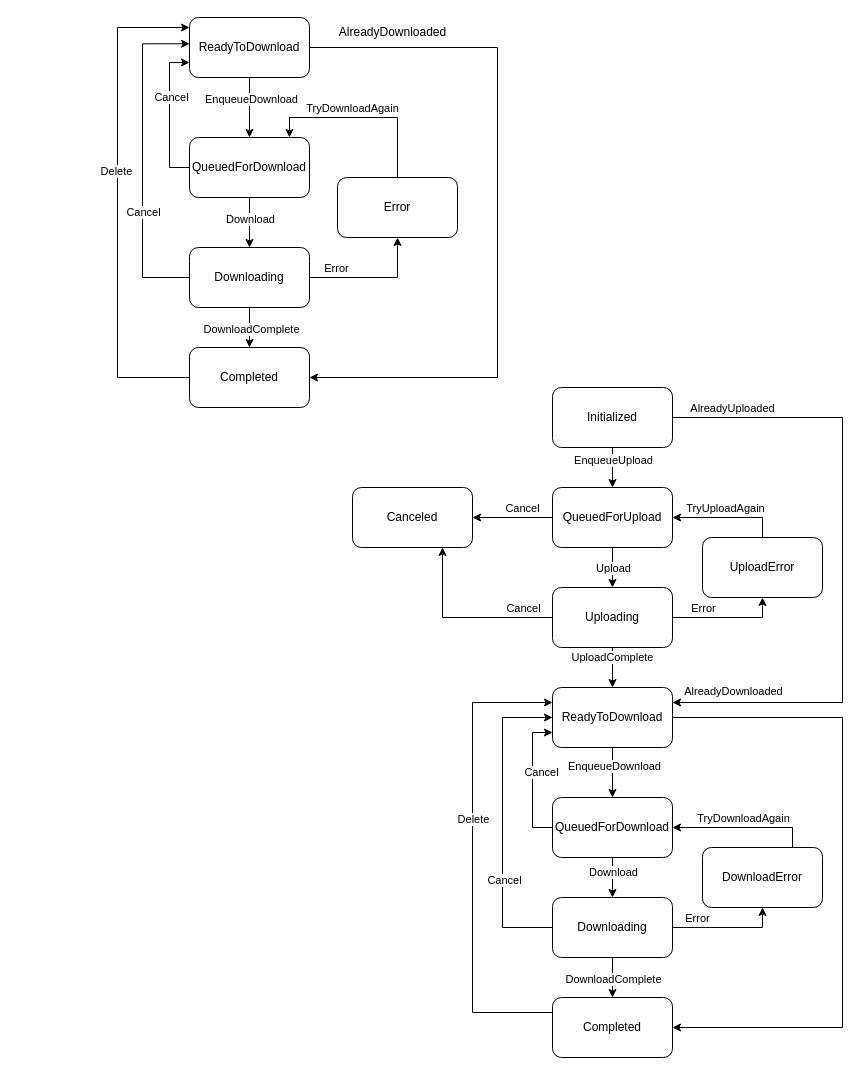
Earlier version of the draw.io diagram FileTransferStates.drawio (loginovao/Diagrams). Source tidied: cells renumbered, new cells numbered last; positions are measured from the earlier drawing's top-left corner, leaving out a move shared by most shapes. Both pictures are drawn from the tidied source at 100%, with x=0, y=0 at pixel (117, 17).
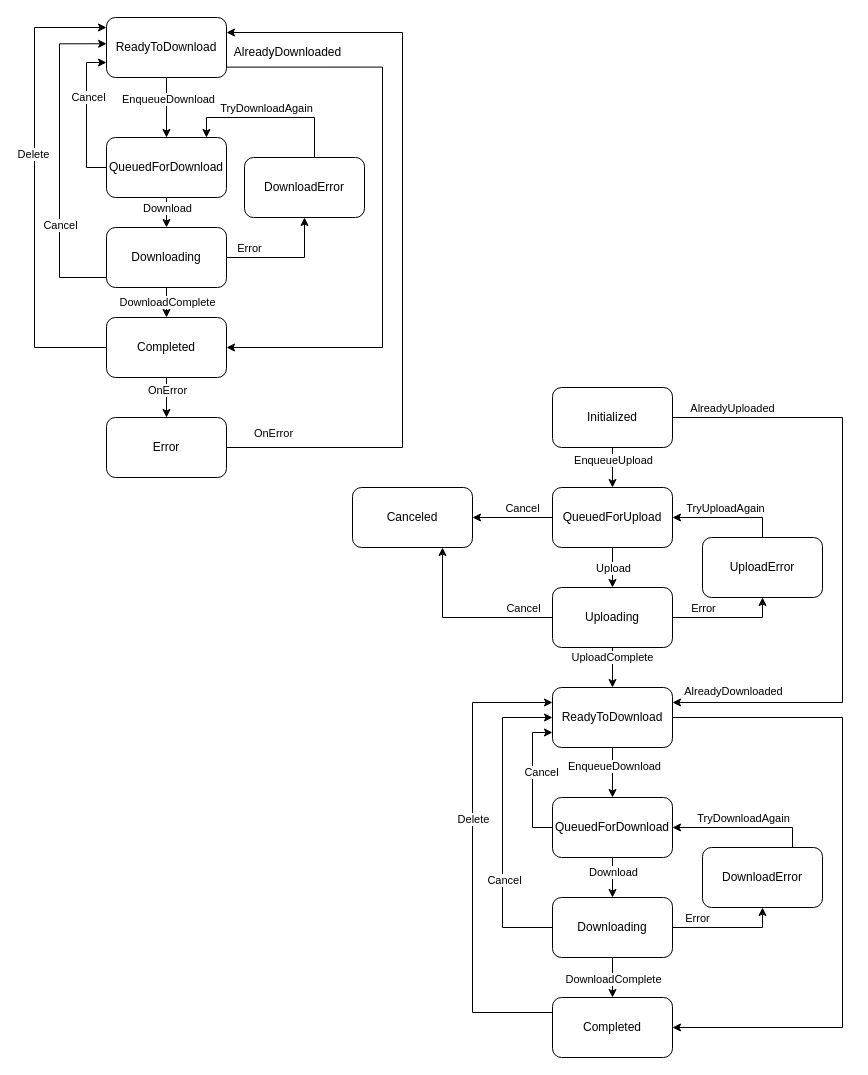
The same page after the edit.

The change refers to these unchanged cells:
```xml
<mxCell id="7" style="edgeStyle=orthogonalEdgeStyle;rounded=0;jettySize=auto;html=1;" parent="2" edge="1" source="11" target="18">
  <mxGeometry relative="1" as="geometry" />
</mxCell>
<mxCell id="12" style="edgeStyle=orthogonalEdgeStyle;rounded=0;jettySize=auto;html=1;" parent="2" edge="1" source="18" target="21">
  <mxGeometry relative="1" as="geometry" />
</mxCell>
<mxCell id="35" value="QueuedForUpload" style="rounded=1;whiteSpace=wrap;html=1;" parent="30" vertex="1">
  <mxGeometry x="435" y="470" width="120" height="60" as="geometry" />
</mxCell>
<mxCell id="41" value="Uploading" style="rounded=1;whiteSpace=wrap;html=1;" parent="30" vertex="1">
  <mxGeometry x="435" y="570" width="120" height="60" as="geometry" />
</mxCell>
<mxCell id="44" value="ReadyToDownload" style="rounded=1;whiteSpace=wrap;html=1;" parent="30" vertex="1">
  <mxGeometry x="435" y="670" width="120" height="60" as="geometry" />
</mxCell>
<mxCell id="56" value="Completed" style="rounded=1;whiteSpace=wrap;html=1;" parent="30" vertex="1">
  <mxGeometry x="435" y="980" width="120" height="60" as="geometry" />
</mxCell>
```

The edit, as a diff of the source:
```diff
@@
-    <mxCell id="5" style="edgeStyle=orthogonalEdgeStyle;rounded=0;jettySize=auto;html=1;exitX=1;exitY=0.5;exitDx=0;exitDy=0;entryX=1;entryY=0.5;entryDx=0;entryDy=0;" parent="2" edge="1" source="6" target="21">
+    <mxCell id="5" style="edgeStyle=orthogonalEdgeStyle;rounded=0;jettySize=auto;html=1;exitX=1.001;exitY=0.827;exitDx=0;exitDy=0;entryX=1;entryY=0.5;entryDx=0;entryDy=0;exitPerimeter=0;" parent="2" edge="1" source="6" target="21">
       <mxGeometry relative="1" as="geometry">
         <Array as="points">
-          <mxPoint x="380" y="30" />
-          <mxPoint x="380" y="360" />
+          <mxPoint x="265" y="50" />
+          <mxPoint x="265" y="330" />
         </Array>
       </mxGeometry>
     </mxCell>
     <mxCell id="6" value="ReadyToDownload" style="rounded=1;whiteSpace=wrap;html=1;" parent="2" vertex="1">
-      <mxGeometry x="72" width="120" height="60" as="geometry" />
+      <mxGeometry x="-11" width="120" height="60" as="geometry" />
     </mxCell>
@@
     <mxCell id="8" value="Download" style="edgeLabel;html=1;align=center;verticalAlign=middle;" parent="7" vertex="1">
       <mxGeometry x="0.27" y="1" relative="1" as="geometry">
-        <mxPoint x="-1" y="-11" as="offset" />
+        <mxPoint x="-1" y="-2" as="offset" />
       </mxGeometry>
     </mxCell>
@@
     <mxCell id="11" value="QueuedForDownload" style="rounded=1;whiteSpace=wrap;html=1;" parent="2" vertex="1">
-      <mxGeometry x="72" y="120" width="120" height="60" as="geometry" />
+      <mxGeometry x="-11" y="120" width="120" height="60" as="geometry" />
     </mxCell>
@@
     <mxCell id="13" value="DownloadComplete" style="edgeLabel;html=1;align=center;verticalAlign=middle;" parent="12" vertex="1">
       <mxGeometry x="0.23" y="1" relative="1" as="geometry">
-        <mxPoint y="-4" as="offset" />
+        <mxPoint x="-1" y="3" as="offset" />
       </mxGeometry>
     </mxCell>
@@
     <mxCell id="16" style="edgeStyle=orthogonalEdgeStyle;rounded=0;jettySize=auto;html=1;exitX=0;exitY=0.5;exitDx=0;exitDy=0;entryX=0.001;entryY=0.438;entryDx=0;entryDy=0;entryPerimeter=0;" parent="2" edge="1" source="18" target="6">
       <mxGeometry relative="1" as="geometry">
         <Array as="points">
-          <mxPoint x="25" y="260" />
-          <mxPoint x="25" y="26" />
+          <mxPoint x="-58" y="260" />
+          <mxPoint x="-58" y="26" />
         </Array>
       </mxGeometry>
     </mxCell>
@@
     <mxCell id="18" value="Downloading" style="rounded=1;whiteSpace=wrap;html=1;" parent="2" vertex="1">
-      <mxGeometry x="72" y="230" width="120" height="60" as="geometry" />
+      <mxGeometry x="-11" y="210" width="120" height="60" as="geometry" />
     </mxCell>
     <mxCell id="19" style="edgeStyle=orthogonalEdgeStyle;rounded=0;jettySize=auto;html=1;exitX=0;exitY=0.5;exitDx=0;exitDy=0;" parent="2" edge="1" source="21">
       <mxGeometry relative="1" as="geometry">
-        <mxPoint x="72" y="10" as="targetPoint" />
+        <mxPoint x="-11" y="10" as="targetPoint" />
         <Array as="points">
-          <mxPoint y="360" />
-          <mxPoint y="10" />
-          <mxPoint x="72" y="10" />
+          <mxPoint x="-83" y="330" />
+          <mxPoint x="-83" y="10" />
         </Array>
       </mxGeometry>
     </mxCell>
@@
+    <mxCell id="71" style="edgeStyle=orthogonalEdgeStyle;rounded=0;jettySize=auto;html=1;exitX=1;exitY=0.5;exitDx=0;exitDy=0;entryX=1;entryY=0.25;entryDx=0;entryDy=0;startArrow=none;startFill=0;endArrow=classic;endFill=1;" parent="2" edge="1" source="75" target="6">
+      <mxGeometry relative="1" as="geometry">
+        <Array as="points">
+          <mxPoint x="285" y="430" />
+          <mxPoint x="285" y="15" />
+        </Array>
+      </mxGeometry>
+    </mxCell>
+    <mxCell id="72" value="OnError" style="edgeLabel;html=1;align=center;verticalAlign=middle;" parent="71" vertex="1">
+      <mxGeometry x="-0.9" y="1" relative="1" as="geometry">
+        <mxPoint x="8" y="-14" as="offset" />
+      </mxGeometry>
+    </mxCell>
+    <mxCell id="73" style="edgeStyle=orthogonalEdgeStyle;rounded=0;jettySize=auto;html=1;startArrow=none;startFill=0;endArrow=classic;endFill=1;" parent="2" edge="1" source="21" target="75">
+      <mxGeometry relative="1" as="geometry" />
+    </mxCell>
+    <mxCell id="74" value="OnError" style="edgeLabel;html=1;align=center;verticalAlign=middle;" parent="73" vertex="1">
+      <mxGeometry x="-0.42" y="-1" relative="1" as="geometry">
+        <mxPoint x="1" as="offset" />
+      </mxGeometry>
+    </mxCell>
     <mxCell id="21" value="Completed" style="rounded=1;whiteSpace=wrap;html=1;" parent="2" vertex="1">
-      <mxGeometry x="72" y="330" width="120" height="60" as="geometry" />
+      <mxGeometry x="-11" y="300" width="120" height="60" as="geometry" />
     </mxCell>
     <mxCell id="22" style="edgeStyle=orthogonalEdgeStyle;rounded=0;jettySize=auto;html=1;entryX=0.833;entryY=0;entryDx=0;entryDy=0;entryPerimeter=0;exitX=0.5;exitY=0;exitDx=0;exitDy=0;" parent="2" edge="1" source="24" target="11">
       <mxGeometry relative="1" as="geometry">
         <Array as="points">
-          <mxPoint x="280" y="100" />
-          <mxPoint x="172" y="100" />
+          <mxPoint x="197" y="100" />
+          <mxPoint x="89" y="100" />
         </Array>
       </mxGeometry>
     </mxCell>
@@
-    <mxCell id="24" value="Error" style="rounded=1;whiteSpace=wrap;html=1;" parent="2" vertex="1">
-      <mxGeometry x="220" y="160" width="120" height="60" as="geometry" />
+    <mxCell id="24" value="DownloadError" style="rounded=1;whiteSpace=wrap;html=1;" parent="2" vertex="1">
+      <mxGeometry x="127" y="140" width="120" height="60" as="geometry" />
     </mxCell>
     <mxCell id="25" value="AlreadyDownloaded" style="text;html=1;align=center;verticalAlign=middle;strokeColor=none;fillColor=none;" parent="2" vertex="1">
-      <mxGeometry x="210" width="130" height="30" as="geometry" />
+      <mxGeometry x="105" y="20" width="130" height="30" as="geometry" />
     </mxCell>
-    <mxCell id="26" style="edgeStyle=orthogonalEdgeStyle;rounded=0;jettySize=auto;html=1;exitX=0.5;exitY=1;exitDx=0;exitDy=0;entryX=0.5;entryY=0;entryDx=0;entryDy=0;" parent="2" edge="1" source="35" target="41">
-      <mxGeometry relative="1" as="geometry" />
-    </mxCell>
-    <mxCell id="27" value="Upload" style="edgeLabel;html=1;align=center;verticalAlign=middle;" parent="26" vertex="1">
-      <mxGeometry x="-0.43" relative="1" as="geometry">
-        <mxPoint y="9" as="offset" />
-      </mxGeometry>
-    </mxCell>
-    <mxCell id="28" style="edgeStyle=orthogonalEdgeStyle;rounded=0;jettySize=auto;html=1;exitX=1;exitY=0.5;exitDx=0;exitDy=0;entryX=1;entryY=0.5;entryDx=0;entryDy=0;" parent="2" edge="1" source="44" target="56">
-      <mxGeometry relative="1" as="geometry">
-        <Array as="points">
-          <mxPoint x="725" y="700" />
-          <mxPoint x="725" y="1010" />
-        </Array>
-      </mxGeometry>
-    </mxCell>
-    <mxCell id="29" value="AlreadyDownloaded" style="edgeLabel;html=1;align=center;verticalAlign=middle;" parent="28" vertex="1">
-      <mxGeometry x="0.14" y="-2" relative="1" as="geometry">
-        <mxPoint x="-108" y="-228" as="offset" />
-      </mxGeometry>
-    </mxCell>
+    <mxCell id="75" value="Error" style="rounded=1;whiteSpace=wrap;html=1;" parent="2" vertex="1">
+      <mxGeometry x="-11" y="400" width="120" height="60" as="geometry" />
+    </mxCell>
@@
+    <mxCell id="26" style="edgeStyle=orthogonalEdgeStyle;rounded=0;jettySize=auto;html=1;exitX=0.5;exitY=1;exitDx=0;exitDy=0;entryX=0.5;entryY=0;entryDx=0;entryDy=0;" parent="30" edge="1" source="35" target="41">
+      <mxGeometry relative="1" as="geometry" />
+    </mxCell>
+    <mxCell id="27" value="Upload" style="edgeLabel;html=1;align=center;verticalAlign=middle;" parent="26" vertex="1">
+      <mxGeometry x="-0.43" relative="1" as="geometry">
+        <mxPoint y="9" as="offset" />
+      </mxGeometry>
+    </mxCell>
+    <mxCell id="28" style="edgeStyle=orthogonalEdgeStyle;rounded=0;jettySize=auto;html=1;exitX=1;exitY=0.5;exitDx=0;exitDy=0;entryX=1;entryY=0.5;entryDx=0;entryDy=0;" parent="30" edge="1" source="44" target="56">
+      <mxGeometry relative="1" as="geometry">
+        <Array as="points">
+          <mxPoint x="725" y="700" />
+          <mxPoint x="725" y="1010" />
+        </Array>
+      </mxGeometry>
+    </mxCell>
+    <mxCell id="29" value="AlreadyDownloaded" style="edgeLabel;html=1;align=center;verticalAlign=middle;" parent="28" vertex="1">
+      <mxGeometry x="0.14" y="-2" relative="1" as="geometry">
+        <mxPoint x="-108" y="-228" as="offset" />
+      </mxGeometry>
+    </mxCell>
```
